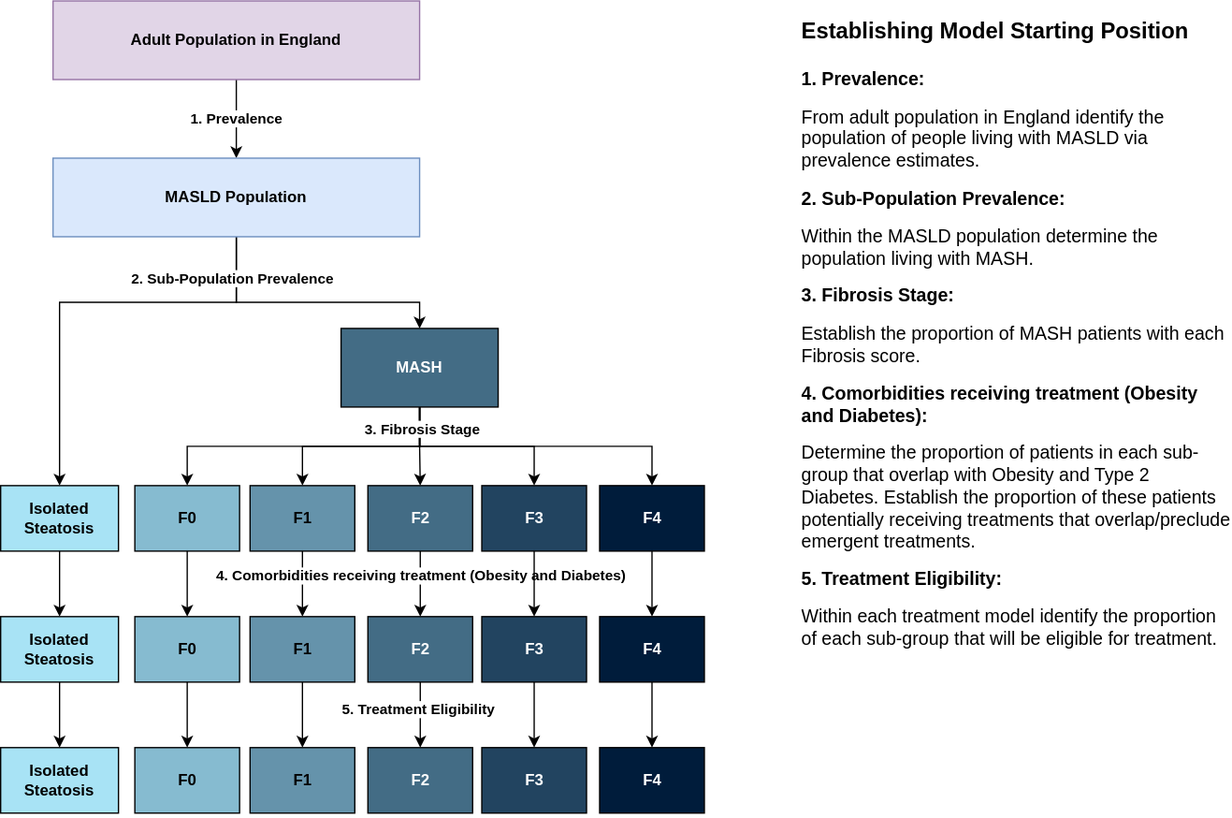
NHS-Transformation-Unit/masld_treatments_model keeps this draw.io diagram as documentation/specification/diagrams/masld_treatment_modelling_plan.drawio.svg. Above is the earlier version. Source tidied: cells renumbered, new cells last; positions are measured from the earlier drawing's top-left corner, leaving out a move shared by most shapes.
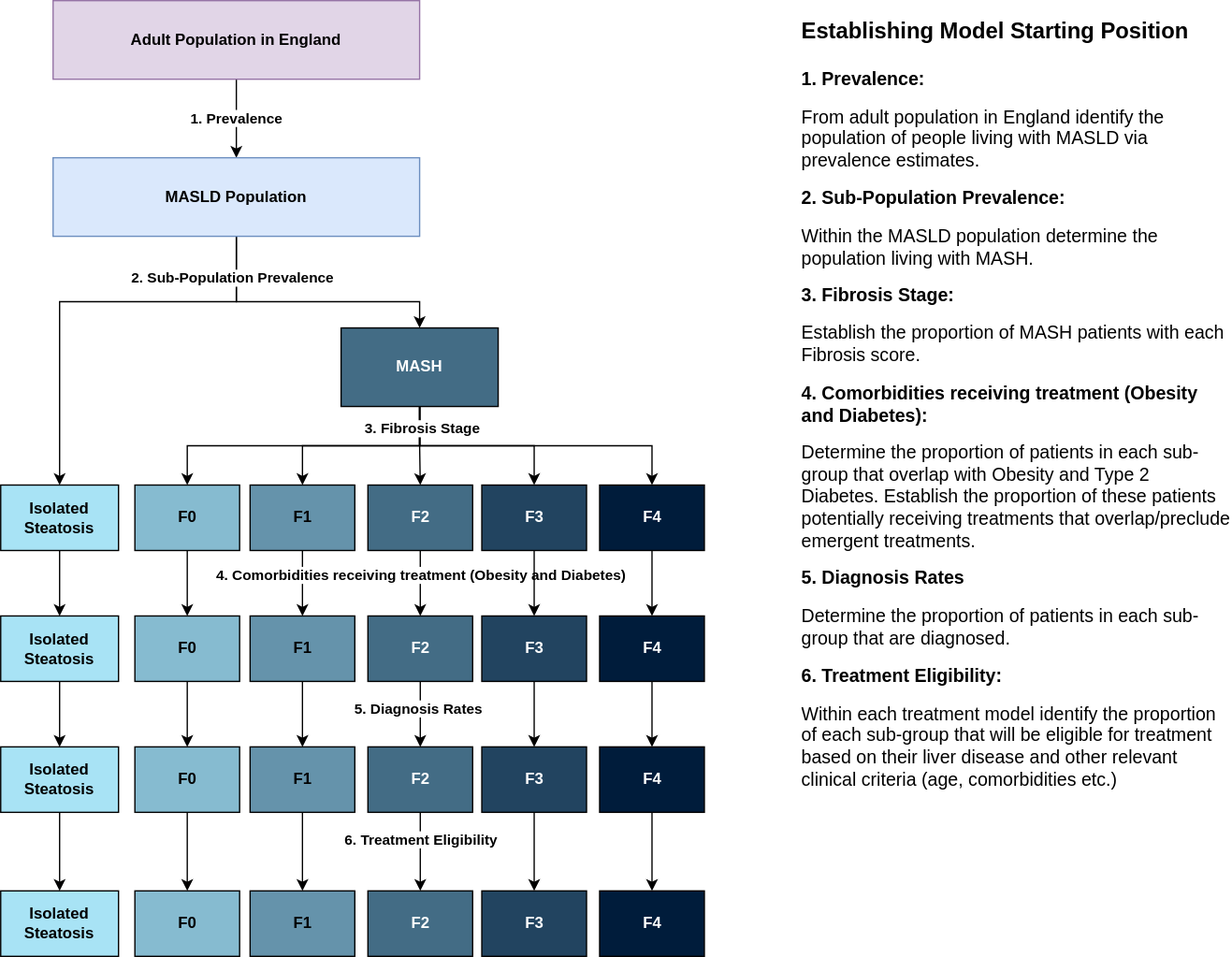
After the commit.

Diff of the diagram source:
```diff
@@ -113,7 +113,7 @@
     <mxCell id="34" style="edgeStyle=orthogonalEdgeStyle;rounded=0;jettySize=auto;html=1;fontStyle=1;" parent="1" edge="1" source="36" target="44">
       <mxGeometry relative="1" as="geometry" />
     </mxCell>
-    <mxCell id="35" value="5. Treatment Eligibility" style="edgeLabel;html=1;align=center;verticalAlign=middle;fontStyle=1;" parent="34" vertex="1">
+    <mxCell id="35" value="5. Diagnosis Rates" style="edgeLabel;html=1;align=center;verticalAlign=middle;fontStyle=1;" parent="34" vertex="1">
       <mxGeometry x="-0.2" y="-2" relative="1" as="geometry" />
     </mxCell>
     <mxCell id="36" value="F2" style="rounded=0;whiteSpace=wrap;html=1;fillColor=#436C85;fontColor=#FFFFFF;fontStyle=1;" parent="1" vertex="1">
@@ -131,26 +131,65 @@
     <mxCell id="40" value="F4" style="rounded=0;whiteSpace=wrap;html=1;fillColor=#001C3B;fontColor=#FFFFFF;fontStyle=1;" parent="1" vertex="1">
       <mxGeometry x="457.5" y="470" width="80" height="50" as="geometry" />
     </mxCell>
+    <mxCell id="48" style="edgeStyle=orthogonalEdgeStyle;rounded=0;jettySize=auto;html=1;" parent="1" edge="1" source="41" target="54">
+      <mxGeometry relative="1" as="geometry" />
+    </mxCell>
     <mxCell id="41" value="Isolated Steatosis" style="rounded=0;whiteSpace=wrap;html=1;fillColor=#A8E3F5;fontStyle=1;" parent="1" vertex="1">
       <mxGeometry y="570" width="90" height="50" as="geometry" />
     </mxCell>
+    <mxCell id="49" style="edgeStyle=orthogonalEdgeStyle;rounded=0;jettySize=auto;html=1;" parent="1" edge="1" source="42" target="55">
+      <mxGeometry relative="1" as="geometry" />
+    </mxCell>
     <mxCell id="42" value="F0" style="rounded=0;whiteSpace=wrap;html=1;fillColor=#86BBD0;fontStyle=1;" parent="1" vertex="1">
       <mxGeometry x="102.5" y="570" width="80" height="50" as="geometry" />
     </mxCell>
+    <mxCell id="50" style="edgeStyle=orthogonalEdgeStyle;rounded=0;jettySize=auto;html=1;" parent="1" edge="1" source="43" target="56">
+      <mxGeometry relative="1" as="geometry" />
+    </mxCell>
     <mxCell id="43" value="F1" style="rounded=0;whiteSpace=wrap;html=1;fillColor=#6593AB;fontStyle=1;" parent="1" vertex="1">
       <mxGeometry x="190.5" y="570" width="80" height="50" as="geometry" />
     </mxCell>
+    <mxCell id="51" style="edgeStyle=orthogonalEdgeStyle;rounded=0;jettySize=auto;html=1;" parent="1" edge="1" source="44" target="57">
+      <mxGeometry relative="1" as="geometry" />
+    </mxCell>
     <mxCell id="44" value="F2" style="rounded=0;whiteSpace=wrap;html=1;fillColor=#436C85;fontColor=#FFFFFF;fontStyle=1;" parent="1" vertex="1">
       <mxGeometry x="280.5" y="570" width="80" height="50" as="geometry" />
     </mxCell>
+    <mxCell id="52" style="edgeStyle=orthogonalEdgeStyle;rounded=0;jettySize=auto;html=1;" parent="1" edge="1" source="45" target="58">
+      <mxGeometry relative="1" as="geometry" />
+    </mxCell>
     <mxCell id="45" value="F3" style="rounded=0;whiteSpace=wrap;html=1;fillColor=#224460;fontColor=#FFFFFF;fontStyle=1;" parent="1" vertex="1">
       <mxGeometry x="367.5" y="570" width="80" height="50" as="geometry" />
     </mxCell>
+    <mxCell id="53" style="edgeStyle=orthogonalEdgeStyle;rounded=0;jettySize=auto;html=1;" parent="1" edge="1" source="46" target="59">
+      <mxGeometry relative="1" as="geometry" />
+    </mxCell>
     <mxCell id="46" value="F4" style="rounded=0;whiteSpace=wrap;html=1;fillColor=#001C3B;fontColor=#FFFFFF;fontStyle=1;" parent="1" vertex="1">
       <mxGeometry x="457.5" y="570" width="80" height="50" as="geometry" />
     </mxCell>
-    <mxCell id="47" value="&lt;h1 style=&quot;margin-top: 0px;&quot;&gt;&lt;font style=&quot;font-size: 17px;&quot;&gt;Establishing Model Starting Position&lt;/font&gt;&lt;/h1&gt;&lt;p&gt;&lt;b&gt;&lt;font style=&quot;font-size: 14px;&quot;&gt;1. Prevalence:&lt;/font&gt;&lt;/b&gt;&lt;/p&gt;&lt;p&gt;&lt;font style=&quot;font-size: 14px;&quot;&gt;From adult population in England identify the population of people living with MASLD via prevalence estimates.&lt;/font&gt;&lt;/p&gt;&lt;p&gt;&lt;b&gt;&lt;font style=&quot;font-size: 14px;&quot;&gt;2. Sub-Population Prevalence:&lt;/font&gt;&lt;/b&gt;&lt;/p&gt;&lt;p&gt;&lt;font style=&quot;font-size: 14px;&quot;&gt;Within the MASLD population determine the population living with MASH.&lt;/font&gt;&lt;/p&gt;&lt;p&gt;&lt;b&gt;&lt;font style=&quot;font-size: 14px;&quot;&gt;3. Fibrosis Stage:&lt;/font&gt;&lt;/b&gt;&lt;/p&gt;&lt;p&gt;&lt;font style=&quot;font-size: 14px;&quot;&gt;Establish the proportion of MASH patients with each Fibrosis score.&lt;/font&gt;&lt;/p&gt;&lt;p&gt;&lt;b&gt;&lt;font style=&quot;font-size: 14px;&quot;&gt;4. Comorbidities receiving treatment (Obesity and Diabetes):&lt;/font&gt;&lt;/b&gt;&lt;/p&gt;&lt;p&gt;&lt;font style=&quot;font-size: 14px;&quot;&gt;Determine the proportion of patients in each sub-group that overlap with Obesity and Type 2 Diabetes. Establish the proportion of these patients potentially receiving treatments that overlap/preclude emergent treatments.&lt;/font&gt;&lt;/p&gt;&lt;p&gt;&lt;b&gt;&lt;font style=&quot;font-size: 14px;&quot;&gt;5. Treatment Eligibility:&lt;/font&gt;&lt;/b&gt;&lt;/p&gt;&lt;p&gt;&lt;font style=&quot;font-size: 14px;&quot;&gt;Within each treatment model identify the proportion of each sub-group that will be eligible for treatment.&lt;/font&gt;&lt;/p&gt;" style="text;html=1;whiteSpace=wrap;overflow=hidden;rounded=0;" parent="1" vertex="1">
+    <mxCell id="47" value="&lt;h1 style=&quot;margin-top: 0px;&quot;&gt;&lt;font style=&quot;font-size: 17px;&quot;&gt;Establishing Model Starting Position&lt;/font&gt;&lt;/h1&gt;&lt;p&gt;&lt;b&gt;&lt;font style=&quot;font-size: 14px;&quot;&gt;1. Prevalence:&lt;/font&gt;&lt;/b&gt;&lt;/p&gt;&lt;p&gt;&lt;font style=&quot;font-size: 14px;&quot;&gt;From adult population in England identify the population of people living with MASLD via prevalence estimates.&lt;/font&gt;&lt;/p&gt;&lt;p&gt;&lt;b&gt;&lt;font style=&quot;font-size: 14px;&quot;&gt;2. Sub-Population Prevalence:&lt;/font&gt;&lt;/b&gt;&lt;/p&gt;&lt;p&gt;&lt;font style=&quot;font-size: 14px;&quot;&gt;Within the MASLD population determine the population living with MASH.&lt;/font&gt;&lt;/p&gt;&lt;p&gt;&lt;b&gt;&lt;font style=&quot;font-size: 14px;&quot;&gt;3. Fibrosis Stage:&lt;/font&gt;&lt;/b&gt;&lt;/p&gt;&lt;p&gt;&lt;font style=&quot;font-size: 14px;&quot;&gt;Establish the proportion of MASH patients with each Fibrosis score.&lt;/font&gt;&lt;/p&gt;&lt;p&gt;&lt;b&gt;&lt;font style=&quot;font-size: 14px;&quot;&gt;4. Comorbidities receiving treatment (Obesity and Diabetes):&lt;/font&gt;&lt;/b&gt;&lt;/p&gt;&lt;p&gt;&lt;font style=&quot;font-size: 14px;&quot;&gt;Determine the proportion of patients in each sub-group that overlap with Obesity and Type 2 Diabetes. Establish the proportion of these patients potentially receiving treatments that overlap/preclude emergent treatments.&lt;/font&gt;&lt;/p&gt;&lt;p&gt;&lt;span style=&quot;font-size: 14px;&quot;&gt;&lt;b&gt;5. Diagnosis Rates&lt;/b&gt;&lt;/span&gt;&lt;/p&gt;&lt;p&gt;&lt;span style=&quot;font-size: 14px;&quot;&gt;Determine the proportion of patients in each sub-group that are diagnosed.&lt;/span&gt;&lt;/p&gt;&lt;p&gt;&lt;b&gt;&lt;font style=&quot;font-size: 14px;&quot;&gt;6. Treatment Eligibility:&lt;/font&gt;&lt;/b&gt;&lt;/p&gt;&lt;p&gt;&lt;font style=&quot;font-size: 14px;&quot;&gt;Within each treatment model identify the proportion of each sub-group that will be eligible for treatment based on their liver disease and other relevant clinical criteria (age, comorbidities etc.)&lt;/font&gt;&lt;/p&gt;" style="text;html=1;whiteSpace=wrap;overflow=hidden;rounded=0;" parent="1" vertex="1">
       <mxGeometry x="610" width="330" height="620" as="geometry" />
     </mxCell>
+    <mxCell id="54" value="Isolated Steatosis" style="rounded=0;whiteSpace=wrap;html=1;fillColor=#A8E3F5;fontStyle=1;" parent="1" vertex="1">
+      <mxGeometry y="680" width="90" height="50" as="geometry" />
+    </mxCell>
+    <mxCell id="55" value="F0" style="rounded=0;whiteSpace=wrap;html=1;fillColor=#86BBD0;fontStyle=1;" parent="1" vertex="1">
+      <mxGeometry x="102.5" y="680" width="80" height="50" as="geometry" />
+    </mxCell>
+    <mxCell id="56" value="F1" style="rounded=0;whiteSpace=wrap;html=1;fillColor=#6593AB;fontStyle=1;" parent="1" vertex="1">
+      <mxGeometry x="190.5" y="680" width="80" height="50" as="geometry" />
+    </mxCell>
+    <mxCell id="57" value="F2" style="rounded=0;whiteSpace=wrap;html=1;fillColor=#436C85;fontColor=#FFFFFF;fontStyle=1;" parent="1" vertex="1">
+      <mxGeometry x="280.5" y="680" width="80" height="50" as="geometry" />
+    </mxCell>
+    <mxCell id="58" value="F3" style="rounded=0;whiteSpace=wrap;html=1;fillColor=#224460;fontColor=#FFFFFF;fontStyle=1;" parent="1" vertex="1">
+      <mxGeometry x="367.5" y="680" width="80" height="50" as="geometry" />
+    </mxCell>
+    <mxCell id="59" value="F4" style="rounded=0;whiteSpace=wrap;html=1;fillColor=#001C3B;fontColor=#FFFFFF;fontStyle=1;" parent="1" vertex="1">
+      <mxGeometry x="457.5" y="680" width="80" height="50" as="geometry" />
+    </mxCell>
+    <mxCell id="60" value="6. Treatment Eligibility" style="edgeLabel;html=1;align=center;verticalAlign=middle;fontStyle=1;" parent="1" vertex="1">
+      <mxGeometry x="320.5" y="640" as="geometry" />
+    </mxCell>
   </root>
 </mxGraphModel>
```
